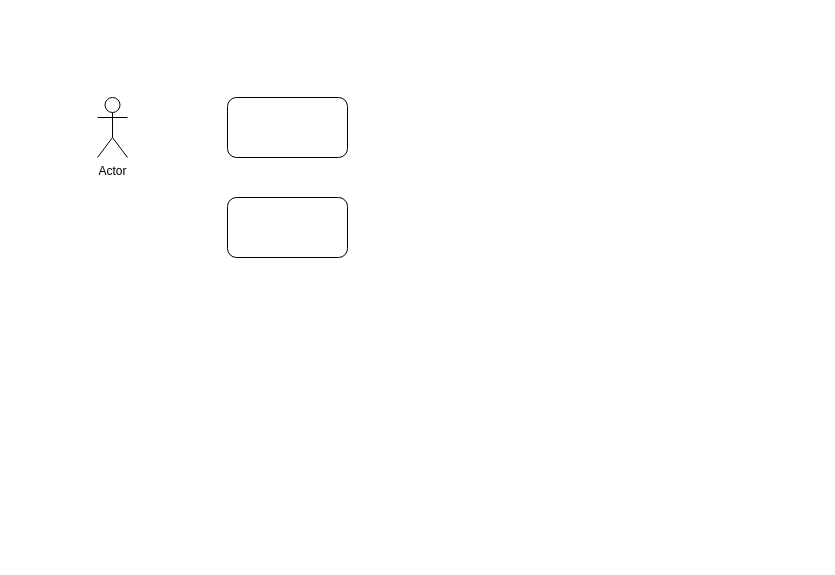
The draw.io diagram e-com.drawio in amanace/arctic, before the edit. Source tidied: cells renumbered, new cells numbered last; positions are measured from the earlier drawing's top-left corner, leaving out a move shared by most shapes. Both pictures are drawn from the tidied source at 100%, with x=0, y=0 at pixel (97, 97).
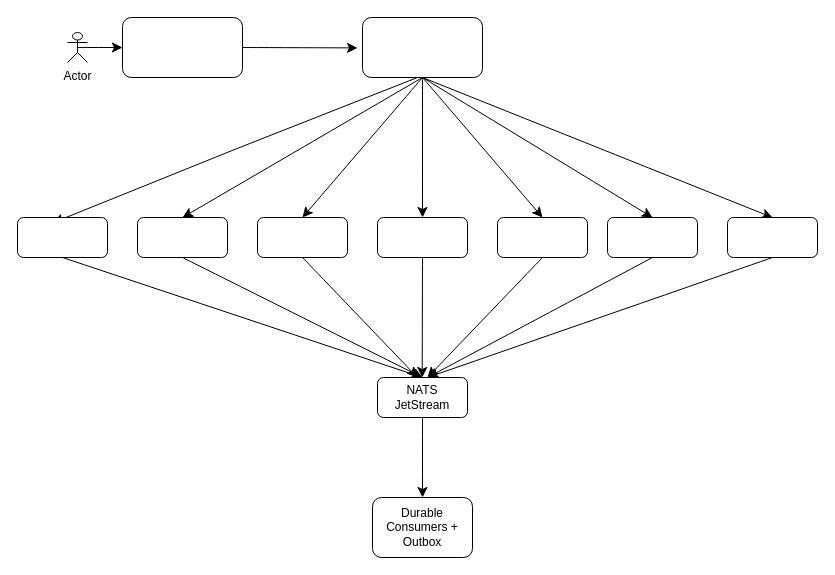
The same page after the edit.

What changed in the source:
```diff
@@
+    <mxCell id="5" style="edgeStyle=none;curved=1;rounded=0;jettySize=auto;html=1;exitX=0.5;exitY=0.5;exitDx=0;exitDy=0;exitPerimeter=0;entryX=0;entryY=0.5;entryDx=0;entryDy=0;fontSize=12;startSize=8;endSize=8;" parent="1" edge="1" source="2" target="4">
+      <mxGeometry relative="1" as="geometry" />
+    </mxCell>
     <mxCell id="2" value="Actor" style="shape=umlActor;verticalLabelPosition=bottom;verticalAlign=top;html=1;outlineConnect=0;" parent="1" vertex="1">
-      <mxGeometry width="30" height="60" as="geometry" />
+      <mxGeometry x="-30" y="-65" width="20" height="30" as="geometry" />
     </mxCell>
+    <mxCell id="6" style="edgeStyle=none;curved=1;rounded=0;jettySize=auto;html=1;fontSize=12;startSize=8;endSize=8;entryX=0.394;entryY=0.132;entryDx=0;entryDy=0;entryPerimeter=0;" parent="1" edge="1" target="15">
+      <mxGeometry relative="1" as="geometry">
+        <mxPoint x="320" y="-20" as="sourcePoint" />
+        <Array as="points">
+          <mxPoint x="140" y="50" />
+        </Array>
+      </mxGeometry>
+    </mxCell>
+    <mxCell id="7" style="edgeStyle=none;curved=1;rounded=0;jettySize=auto;html=1;exitX=0.5;exitY=1;exitDx=0;exitDy=0;entryX=0.5;entryY=0;entryDx=0;entryDy=0;fontSize=12;startSize=8;endSize=8;" parent="1" edge="1" source="3" target="17">
+      <mxGeometry relative="1" as="geometry" />
+    </mxCell>
+    <mxCell id="8" style="edgeStyle=none;curved=1;rounded=0;jettySize=auto;html=1;exitX=0.5;exitY=1;exitDx=0;exitDy=0;entryX=0.5;entryY=0;entryDx=0;entryDy=0;fontSize=12;startSize=8;endSize=8;" parent="1" edge="1" source="3" target="19">
+      <mxGeometry relative="1" as="geometry" />
+    </mxCell>
+    <mxCell id="9" style="edgeStyle=none;curved=1;rounded=0;jettySize=auto;html=1;exitX=0.5;exitY=1;exitDx=0;exitDy=0;entryX=0.5;entryY=0;entryDx=0;entryDy=0;fontSize=12;startSize=8;endSize=8;" parent="1" edge="1" source="3" target="21">
+      <mxGeometry relative="1" as="geometry" />
+    </mxCell>
+    <mxCell id="10" style="edgeStyle=none;curved=1;rounded=0;jettySize=auto;html=1;exitX=0.5;exitY=1;exitDx=0;exitDy=0;entryX=0.5;entryY=0;entryDx=0;entryDy=0;fontSize=12;startSize=8;endSize=8;" parent="1" edge="1" source="3" target="23">
+      <mxGeometry relative="1" as="geometry" />
+    </mxCell>
+    <mxCell id="11" style="edgeStyle=none;curved=1;rounded=0;jettySize=auto;html=1;exitX=0.5;exitY=1;exitDx=0;exitDy=0;entryX=0.5;entryY=0;entryDx=0;entryDy=0;fontSize=12;startSize=8;endSize=8;" parent="1" edge="1" source="3" target="25">
+      <mxGeometry relative="1" as="geometry" />
+    </mxCell>
+    <mxCell id="12" style="edgeStyle=none;curved=1;rounded=0;jettySize=auto;html=1;exitX=0.5;exitY=1;exitDx=0;exitDy=0;entryX=0.5;entryY=0;entryDx=0;entryDy=0;fontSize=12;startSize=8;endSize=8;" parent="1" edge="1" source="3" target="27">
+      <mxGeometry relative="1" as="geometry" />
+    </mxCell>
     <mxCell id="3" style="rounded=1;whiteSpace=wrap;html=1;" parent="1" vertex="1">
-      <mxGeometry x="130" y="100" width="120" height="60" as="geometry" />
+      <mxGeometry x="265" y="-80" width="120" height="60" as="geometry" />
     </mxCell>
+    <mxCell id="13" style="edgeStyle=none;curved=1;rounded=0;jettySize=auto;html=1;exitX=1;exitY=0.5;exitDx=0;exitDy=0;fontSize=12;startSize=8;endSize=8;" parent="1" edge="1" source="4">
+      <mxGeometry relative="1" as="geometry">
+        <mxPoint x="260" y="-49.6" as="targetPoint" />
+      </mxGeometry>
+    </mxCell>
     <mxCell id="4" style="rounded=1;whiteSpace=wrap;html=1;" parent="1" vertex="1">
-      <mxGeometry x="130" width="120" height="60" as="geometry" />
+      <mxGeometry x="25" y="-80" width="120" height="60" as="geometry" />
     </mxCell>
+    <mxCell id="14" style="edgeStyle=none;curved=1;rounded=0;jettySize=auto;html=1;exitX=0.5;exitY=1;exitDx=0;exitDy=0;entryX=0.5;entryY=0;entryDx=0;entryDy=0;fontSize=12;startSize=8;endSize=8;" parent="1" edge="1" source="15" target="29">
+      <mxGeometry relative="1" as="geometry" />
+    </mxCell>
+    <mxCell id="15" style="rounded=1;whiteSpace=wrap;html=1;" parent="1" vertex="1">
+      <mxGeometry x="-80" y="120" width="90" height="40" as="geometry" />
+    </mxCell>
+    <mxCell id="16" style="edgeStyle=none;curved=1;rounded=0;jettySize=auto;html=1;exitX=0.5;exitY=1;exitDx=0;exitDy=0;entryX=0.5;entryY=0;entryDx=0;entryDy=0;fontSize=12;startSize=8;endSize=8;" parent="1" edge="1" source="17" target="29">
+      <mxGeometry relative="1" as="geometry" />
+    </mxCell>
+    <mxCell id="17" style="rounded=1;whiteSpace=wrap;html=1;" parent="1" vertex="1">
+      <mxGeometry x="40" y="120" width="90" height="40" as="geometry" />
+    </mxCell>
+    <mxCell id="18" style="edgeStyle=none;curved=1;rounded=0;jettySize=auto;html=1;exitX=0.5;exitY=1;exitDx=0;exitDy=0;fontSize=12;startSize=8;endSize=8;" parent="1" edge="1" source="19">
+      <mxGeometry relative="1" as="geometry">
+        <mxPoint x="320" y="280" as="targetPoint" />
+      </mxGeometry>
+    </mxCell>
+    <mxCell id="19" style="rounded=1;whiteSpace=wrap;html=1;" parent="1" vertex="1">
+      <mxGeometry x="160" y="120" width="90" height="40" as="geometry" />
+    </mxCell>
+    <mxCell id="20" style="edgeStyle=none;curved=1;rounded=0;jettySize=auto;html=1;exitX=0.5;exitY=1;exitDx=0;exitDy=0;fontSize=12;startSize=8;endSize=8;" parent="1" edge="1" source="21">
+      <mxGeometry relative="1" as="geometry">
+        <mxPoint x="324.7" y="280" as="targetPoint" />
+      </mxGeometry>
+    </mxCell>
+    <mxCell id="21" style="rounded=1;whiteSpace=wrap;html=1;" parent="1" vertex="1">
+      <mxGeometry x="280" y="120" width="90" height="40" as="geometry" />
+    </mxCell>
+    <mxCell id="22" style="edgeStyle=none;curved=1;rounded=0;jettySize=auto;html=1;exitX=0.5;exitY=1;exitDx=0;exitDy=0;fontSize=12;startSize=8;endSize=8;" parent="1" edge="1" source="23">
+      <mxGeometry relative="1" as="geometry">
+        <mxPoint x="330" y="280" as="targetPoint" />
+      </mxGeometry>
+    </mxCell>
+    <mxCell id="23" style="rounded=1;whiteSpace=wrap;html=1;" parent="1" vertex="1">
+      <mxGeometry x="400" y="120" width="90" height="40" as="geometry" />
+    </mxCell>
+    <mxCell id="24" style="edgeStyle=none;curved=1;rounded=0;jettySize=auto;html=1;exitX=0.5;exitY=1;exitDx=0;exitDy=0;fontSize=12;startSize=8;endSize=8;" parent="1" edge="1" source="25">
+      <mxGeometry relative="1" as="geometry">
+        <mxPoint x="330" y="280" as="targetPoint" />
+      </mxGeometry>
+    </mxCell>
+    <mxCell id="25" style="rounded=1;whiteSpace=wrap;html=1;" parent="1" vertex="1">
+      <mxGeometry x="510" y="120" width="90" height="40" as="geometry" />
+    </mxCell>
+    <mxCell id="26" style="edgeStyle=none;curved=1;rounded=0;jettySize=auto;html=1;exitX=0.5;exitY=1;exitDx=0;exitDy=0;fontSize=12;startSize=8;endSize=8;" parent="1" edge="1" source="27">
+      <mxGeometry relative="1" as="geometry">
+        <mxPoint x="330" y="280" as="targetPoint" />
+      </mxGeometry>
+    </mxCell>
+    <mxCell id="27" style="rounded=1;whiteSpace=wrap;html=1;" parent="1" vertex="1">
+      <mxGeometry x="630" y="120" width="90" height="40" as="geometry" />
+    </mxCell>
+    <mxCell id="28" style="edgeStyle=none;curved=1;rounded=0;jettySize=auto;html=1;exitX=0.5;exitY=1;exitDx=0;exitDy=0;entryX=0.5;entryY=0;entryDx=0;entryDy=0;fontSize=12;startSize=8;endSize=8;" parent="1" edge="1" source="29" target="30">
+      <mxGeometry relative="1" as="geometry" />
+    </mxCell>
+    <mxCell id="29" value="NATS JetStream" style="rounded=1;whiteSpace=wrap;html=1;" parent="1" vertex="1">
+      <mxGeometry x="280" y="280" width="90" height="40" as="geometry" />
+    </mxCell>
+    <mxCell id="30" value="Durable Consumers + Outbox" style="rounded=1;whiteSpace=wrap;html=1;" parent="1" vertex="1">
+      <mxGeometry x="275" y="400" width="100" height="60" as="geometry" />
+    </mxCell>
```
